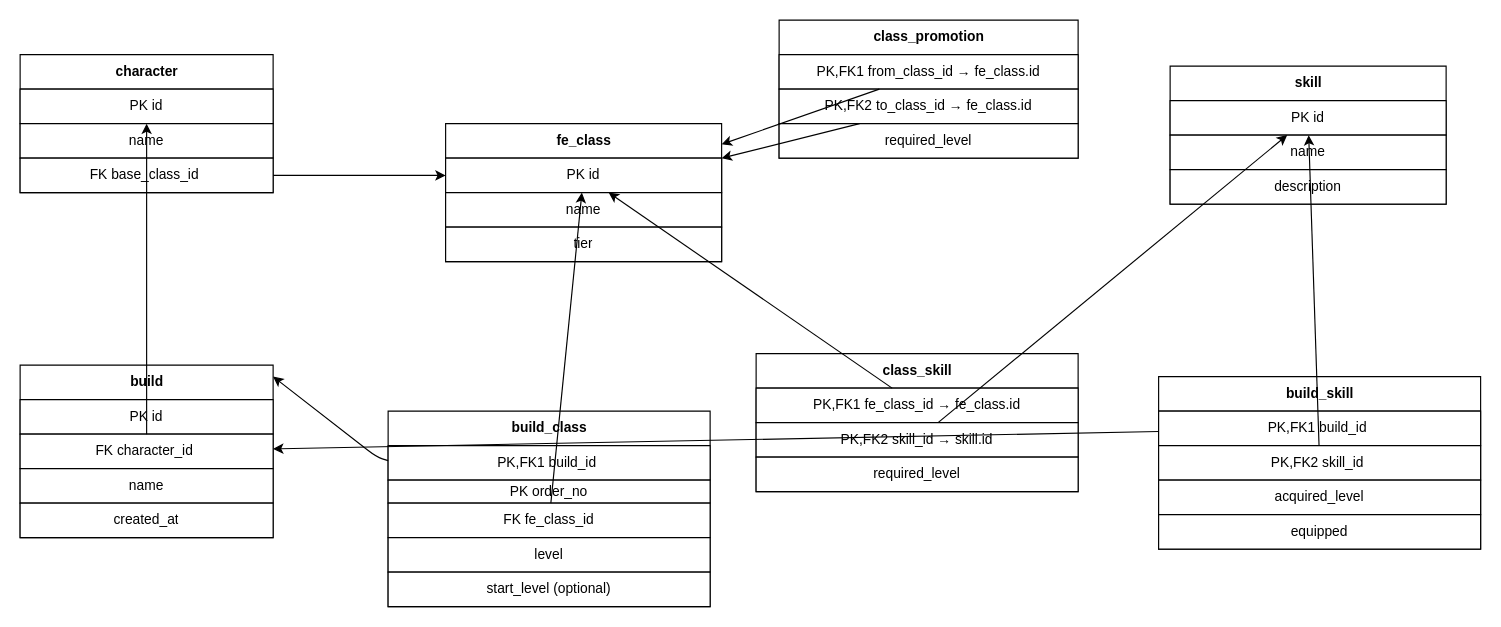
The draw.io diagram ユニット育成ツール_改訂版.drawio.xml in KotaOgawa221015/feif-unit-simulation, before the edit. Source tidied: cells renumbered, new cells numbered last; positions are measured from the earlier drawing's top-left corner, leaving out a move shared by most shapes. Both pictures are drawn from the tidied source at 115%, with x=0, y=0 at pixel (20, 20).
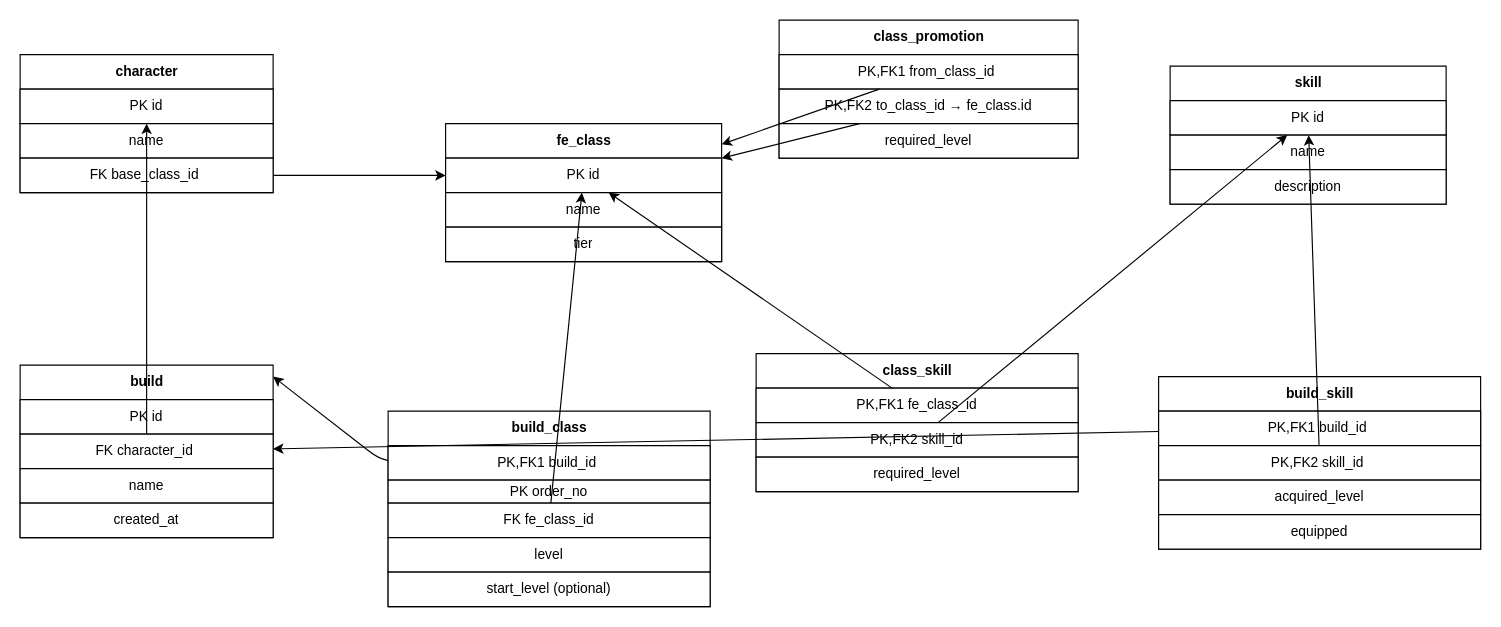
After the change.

Unchanged cells that the change refers to:
```xml
<mxCell id="15" value="class_promotion" style="shape=table;startSize=30;childLayout=tableLayout;rowLines=1;fontStyle=1;align=center;html=1;" parent="1" vertex="1">
  <mxGeometry x="660" width="260" height="120" as="geometry" />
</mxCell>
<mxCell id="29" value="class_skill" style="shape=table;startSize=30;childLayout=tableLayout;rowLines=1;fontStyle=1;align=center;html=1;" parent="1" vertex="1">
  <mxGeometry x="640" y="290" width="280" height="120" as="geometry" />
</mxCell>
```

Change to the diagram source:
```diff
@@
-    <mxCell id="16" value="PK,FK1  from_class_id → fe_class.id" style="shape=partialRectangle;overflow=hidden;whiteSpace=wrap;html=1;" parent="15" vertex="1">
+    <mxCell id="16" value="PK,FK1  from_class_id&amp;nbsp;" style="shape=partialRectangle;overflow=hidden;whiteSpace=wrap;html=1;" parent="15" vertex="1">
       <mxGeometry y="30" width="260" height="30" as="geometry" />
     </mxCell>
@@
-    <mxCell id="30" value="PK,FK1  fe_class_id → fe_class.id" style="shape=partialRectangle;overflow=hidden;whiteSpace=wrap;html=1;" parent="29" vertex="1">
+    <mxCell id="30" value="PK,FK1  fe_class_id" style="shape=partialRectangle;overflow=hidden;whiteSpace=wrap;html=1;" parent="29" vertex="1">
       <mxGeometry y="30" width="280" height="30" as="geometry" />
     </mxCell>
-    <mxCell id="31" value="PK,FK2  skill_id → skill.id" style="shape=partialRectangle;overflow=hidden;whiteSpace=wrap;html=1;" parent="29" vertex="1">
+    <mxCell id="31" value="PK,FK2  skill_id" style="shape=partialRectangle;overflow=hidden;whiteSpace=wrap;html=1;" parent="29" vertex="1">
       <mxGeometry y="60" width="280" height="30" as="geometry" />
     </mxCell>
```
